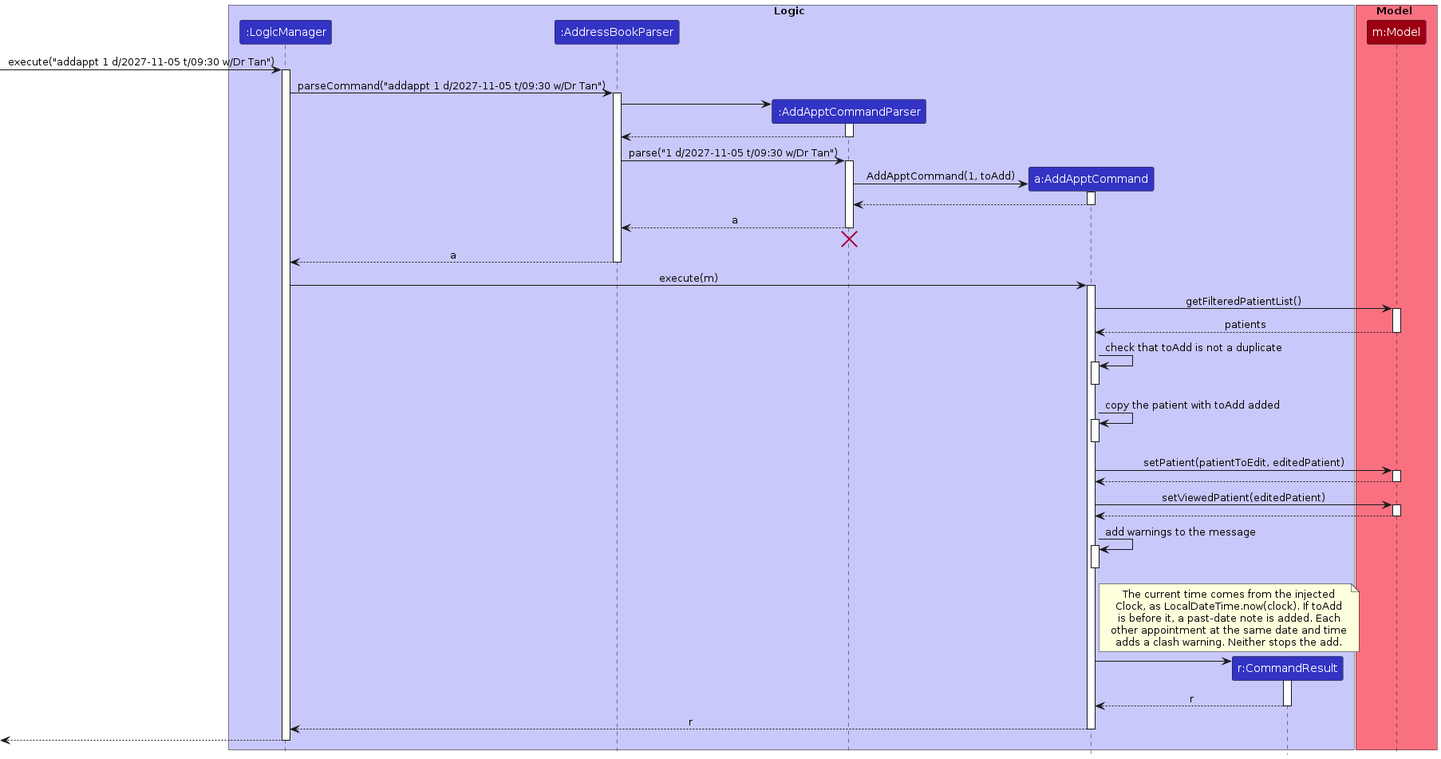
The PlantUML diagram diagrams/AddApptSequenceDiagram.png in AY2627S1-CS2103T-W08-1/tp, before a commit. Its source is kept beside it as diagrams/AddApptSequenceDiagram.puml. Its diagram source:
```plantuml
@startuml
!include style.puml
skinparam ArrowFontStyle plain

box Logic LOGIC_COLOR_T1
participant ":LogicManager" as LogicManager LOGIC_COLOR
participant ":AddressBookParser" as AddressBookParser LOGIC_COLOR
participant ":AddApptCommandParser" as AddApptCommandParser LOGIC_COLOR
participant "a:AddApptCommand" as AddApptCommand LOGIC_COLOR
participant "r:CommandResult" as CommandResult LOGIC_COLOR
end box

box Model MODEL_COLOR_T1
participant "m:Model" as Model MODEL_COLOR
end box

[-> LogicManager : execute("addappt 1 d/2027-11-05 t/09:30 w/Dr Tan")
activate LogicManager

LogicManager -> AddressBookParser : parseCommand("addappt 1 d/2027-11-05 t/09:30 w/Dr Tan")
activate AddressBookParser

create AddApptCommandParser
AddressBookParser -> AddApptCommandParser
activate AddApptCommandParser

AddApptCommandParser --> AddressBookParser
deactivate AddApptCommandParser

AddressBookParser -> AddApptCommandParser : parse("1 d/2027-11-05 t/09:30 w/Dr Tan")
activate AddApptCommandParser

create AddApptCommand
AddApptCommandParser -> AddApptCommand : AddApptCommand(1, toAdd)
activate AddApptCommand

AddApptCommand --> AddApptCommandParser
deactivate AddApptCommand

AddApptCommandParser --> AddressBookParser : a
deactivate AddApptCommandParser
AddApptCommandParser -[hidden]-> AddressBookParser
destroy AddApptCommandParser

AddressBookParser --> LogicManager : a
deactivate AddressBookParser

LogicManager -> AddApptCommand : execute(m)
activate AddApptCommand

AddApptCommand -> Model : getFilteredPatientList()
activate Model

Model --> AddApptCommand : patients
deactivate Model

AddApptCommand -> AddApptCommand : check that toAdd is not a duplicate
activate AddApptCommand
deactivate AddApptCommand

AddApptCommand -> AddApptCommand : copy the patient with toAdd added
activate AddApptCommand
deactivate AddApptCommand

AddApptCommand -> Model : setPatient(patientToEdit, editedPatient)
activate Model

Model --> AddApptCommand
deactivate Model

AddApptCommand -> Model : setViewedPatient(editedPatient)
activate Model

Model --> AddApptCommand
deactivate Model

AddApptCommand -> AddApptCommand : add warnings to the message
activate AddApptCommand
deactivate AddApptCommand

note right of AddApptCommand
The current time comes from the injected
Clock, as LocalDateTime.now(clock). If toAdd
is before it, a past-date note is added. Each
other appointment at the same date and time
adds a clash warning. Neither stops the add.
end note

create CommandResult
AddApptCommand -> CommandResult
activate CommandResult

CommandResult --> AddApptCommand : r
deactivate CommandResult

AddApptCommand --> LogicManager : r
deactivate AddApptCommand

[<-- LogicManager
deactivate LogicManager
@enduml
```
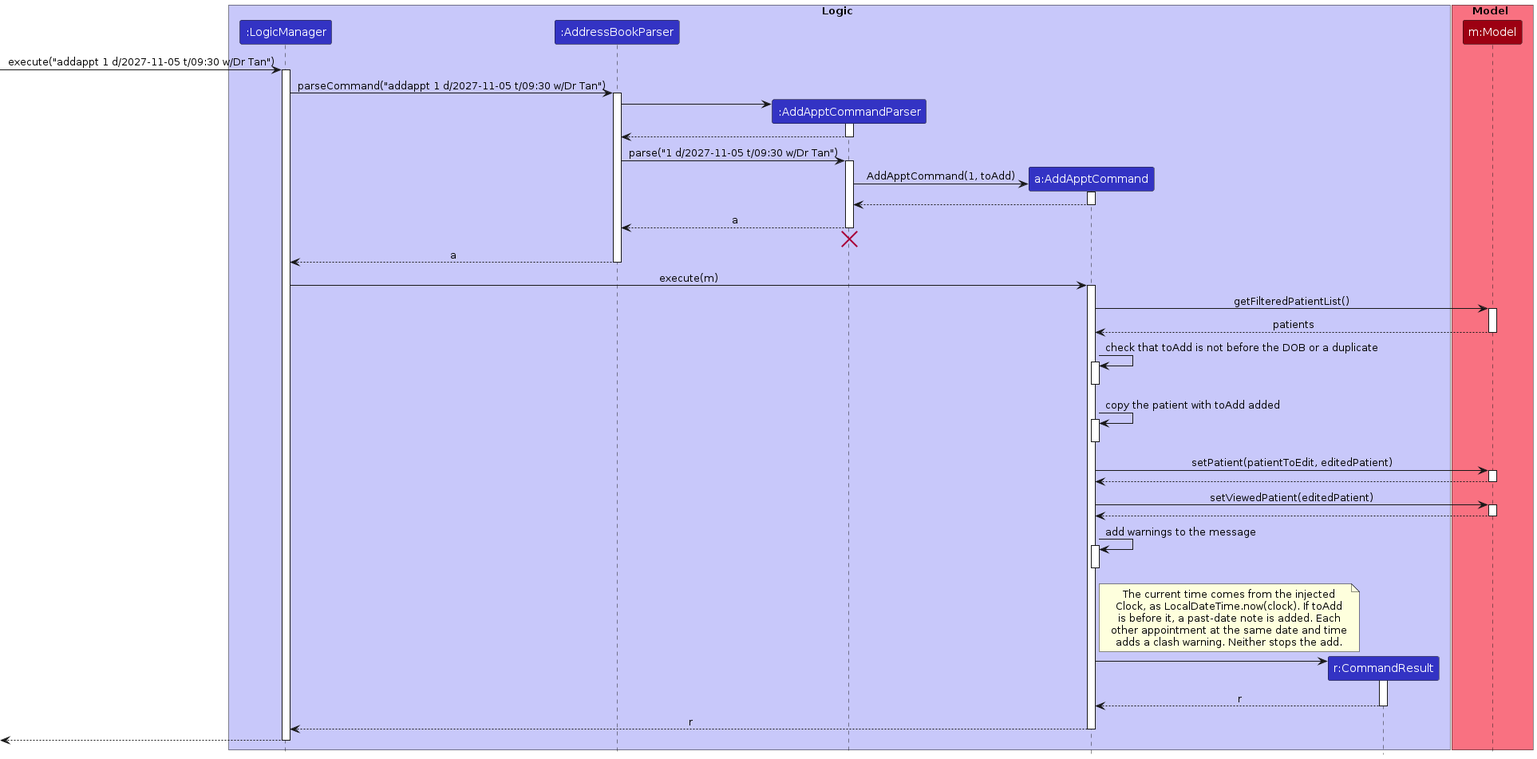
After the commit.

The edit, as a diff of the source:
```diff
@@ -54,7 +54,7 @@
 Model --> AddApptCommand : patients
 deactivate Model
 
-AddApptCommand -> AddApptCommand : check that toAdd is not a duplicate
+AddApptCommand -> AddApptCommand : check that toAdd is not before the DOB or a duplicate
 activate AddApptCommand
 deactivate AddApptCommand
 
```
